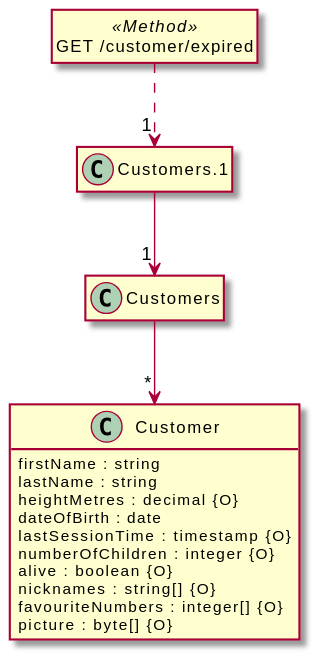
Before: src/docs/tests/path-returns-ref-ref2.puml.svg, a diagram exported from PlantUML (davidmoten/openapi-to-plantuml).
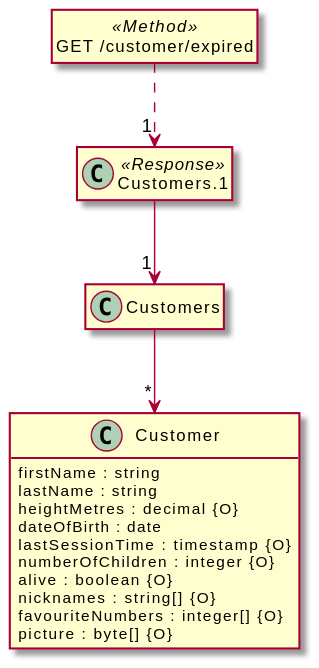
Later version of the same file.

What changed in the source:
```diff
@@ -20,7 +20,7 @@
   picture : byte[] {O}
 }
 
-class "Customers.1" {
+class "Customers.1" <<Response>> {
 }
 
 class "GET /customer/expired" <<Method>> {
```
